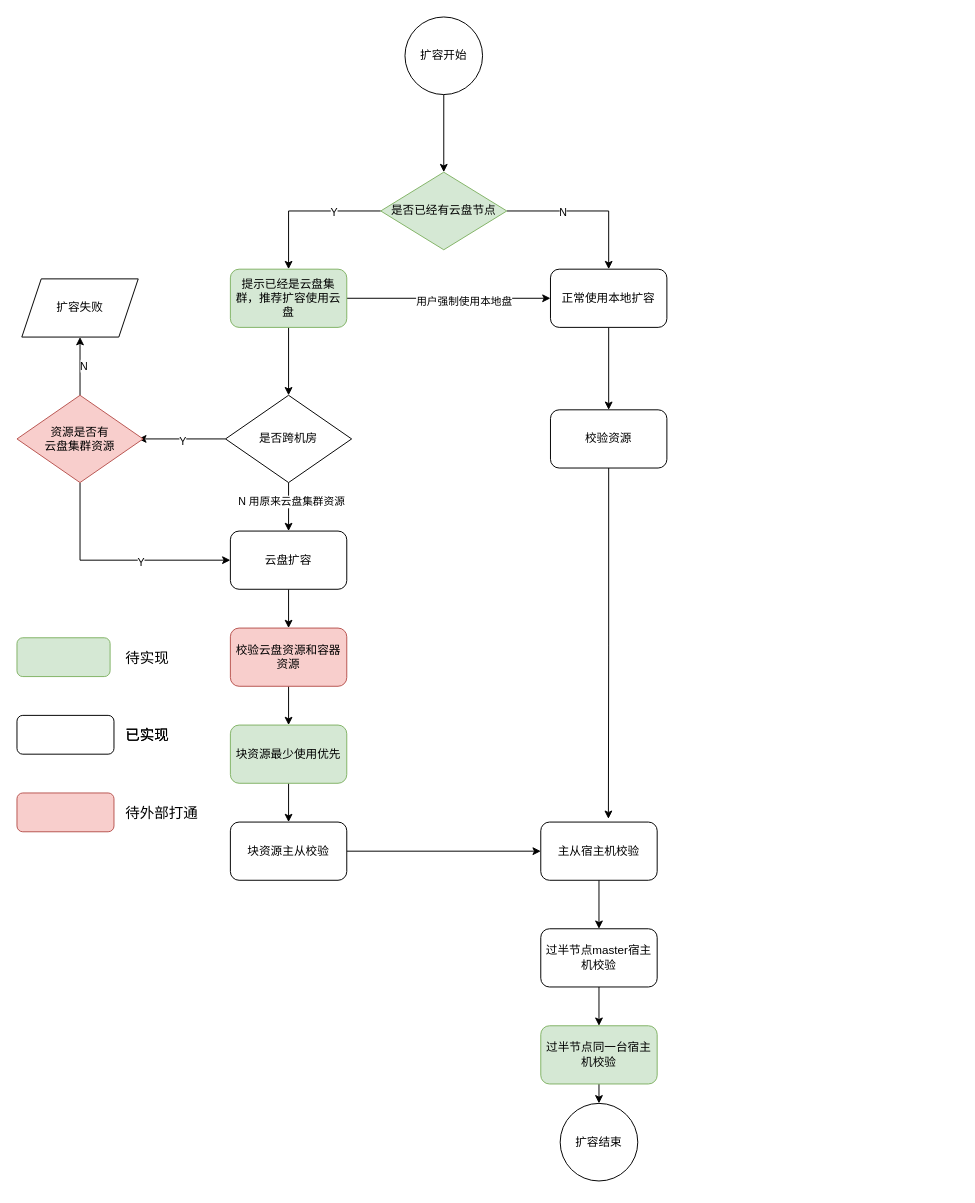
Before: 云盘扩容.drawio in sakurafly123/javaweb, a draw.io diagram. Source tidied: cells renumbered, new cells numbered last; positions are measured from the earlier drawing's top-left corner, leaving out a move shared by most shapes. Both pictures are drawn from the tidied source at 97%, with x=0, y=0 at pixel (16, 16).
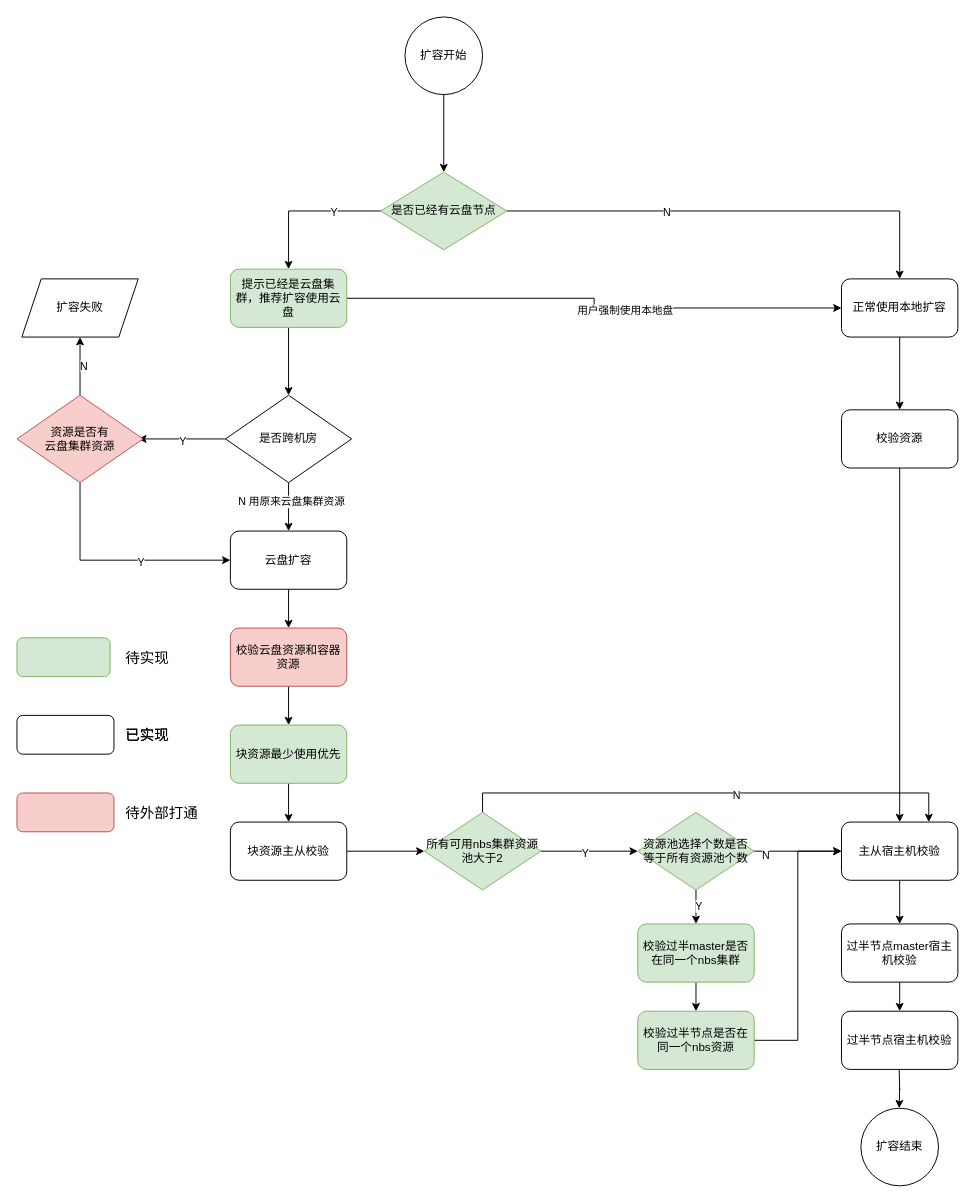
The same page after the edit.

Commit message:
更新云盘扩容.drawio

Unchanged cells that the change refers to:
```xml
<mxCell id="30" value="块资源主从校验" style="rounded=1;whiteSpace=wrap;html=1;" parent="1" vertex="1">
  <mxGeometry x="220" y="830" width="120" height="60" as="geometry" />
</mxCell>
```

Diff of the diagram source:
```diff
@@
     <mxCell id="18" value="正常使用本地扩容" style="rounded=1;whiteSpace=wrap;html=1;" parent="1" vertex="1">
-      <mxGeometry x="550" y="260" width="120" height="60" as="geometry" />
+      <mxGeometry x="850" y="270" width="120" height="60" as="geometry" />
     </mxCell>
@@
-    <mxCell id="29" style="edgeStyle=orthogonalEdgeStyle;rounded=0;jettySize=auto;html=1;exitX=1;exitY=0.5;exitDx=0;exitDy=0;entryX=0;entryY=0.5;entryDx=0;entryDy=0;" parent="1" edge="1" source="30" target="34">
-      <mxGeometry relative="1" as="geometry" />
-    </mxCell>
+    <mxCell id="50" style="edgeStyle=orthogonalEdgeStyle;rounded=0;jettySize=auto;html=1;exitX=1;exitY=0.5;exitDx=0;exitDy=0;entryX=0;entryY=0.5;entryDx=0;entryDy=0;" parent="1" edge="1" source="30" target="67">
+      <mxGeometry relative="1" as="geometry" />
+    </mxCell>
@@
-    <mxCell id="33" style="edgeStyle=orthogonalEdgeStyle;rounded=0;jettySize=auto;html=1;exitX=0.5;exitY=1;exitDx=0;exitDy=0;entryX=0.5;entryY=0;entryDx=0;entryDy=0;" parent="1" edge="1" source="34" target="36">
-      <mxGeometry relative="1" as="geometry" />
-    </mxCell>
-    <mxCell id="34" value="主从宿主机校验" style="rounded=1;whiteSpace=wrap;html=1;" parent="1" vertex="1">
-      <mxGeometry x="540" y="830" width="120" height="60" as="geometry" />
-    </mxCell>
-    <mxCell id="35" style="edgeStyle=orthogonalEdgeStyle;rounded=0;jettySize=auto;html=1;exitX=0.5;exitY=1;exitDx=0;exitDy=0;entryX=0.5;entryY=0;entryDx=0;entryDy=0;" parent="1" edge="1" source="36" target="48">
-      <mxGeometry relative="1" as="geometry" />
-    </mxCell>
-    <mxCell id="36" value="过半节点master宿主机校验" style="rounded=1;whiteSpace=wrap;html=1;" parent="1" vertex="1">
-      <mxGeometry x="540" y="940" width="120" height="60" as="geometry" />
-    </mxCell>
+    <mxCell id="39" style="edgeStyle=orthogonalEdgeStyle;rounded=0;jettySize=auto;html=1;exitX=0.5;exitY=1;exitDx=0;exitDy=0;entryX=0.5;entryY=0;entryDx=0;entryDy=0;" parent="1" edge="1" source="37" target="34">
+      <mxGeometry relative="1" as="geometry" />
+    </mxCell>
     <mxCell id="37" value="校验资源" style="rounded=1;whiteSpace=wrap;html=1;" parent="1" vertex="1">
-      <mxGeometry x="550" y="405" width="120" height="60" as="geometry" />
+      <mxGeometry x="850" y="405" width="120" height="60" as="geometry" />
     </mxCell>
-    <mxCell id="38" value="扩容结束" style="ellipse;whiteSpace=wrap;html=1;" parent="1" vertex="1">
-      <mxGeometry x="560" y="1120" width="80" height="80" as="geometry" />
-    </mxCell>
-    <mxCell id="39" style="edgeStyle=orthogonalEdgeStyle;rounded=0;jettySize=auto;html=1;exitX=0.5;exitY=1;exitDx=0;exitDy=0;entryX=0.581;entryY=-0.056;entryDx=0;entryDy=0;entryPerimeter=0;" parent="1" edge="1" source="37" target="34">
-      <mxGeometry relative="1" as="geometry" />
-    </mxCell>
@@
-    <mxCell id="47" style="edgeStyle=orthogonalEdgeStyle;rounded=0;jettySize=auto;html=1;exitX=0.5;exitY=1;exitDx=0;exitDy=0;entryX=0.5;entryY=0;entryDx=0;entryDy=0;" parent="1" edge="1" source="48" target="38">
-      <mxGeometry relative="1" as="geometry" />
-    </mxCell>
-    <mxCell id="48" value="过半节点同一台宿主机校验" style="rounded=1;whiteSpace=wrap;html=1;fillColor=#d5e8d4;strokeColor=#82b366;" parent="1" vertex="1">
-      <mxGeometry x="540" y="1040" width="120" height="60" as="geometry" />
-    </mxCell>
@@
+    <mxCell id="33" style="edgeStyle=orthogonalEdgeStyle;rounded=0;jettySize=auto;html=1;exitX=0.5;exitY=1;exitDx=0;exitDy=0;entryX=0.5;entryY=0;entryDx=0;entryDy=0;" parent="1" edge="1" source="34" target="36">
+      <mxGeometry relative="1" as="geometry" />
+    </mxCell>
+    <mxCell id="34" value="主从宿主机校验" style="rounded=1;whiteSpace=wrap;html=1;" parent="1" vertex="1">
+      <mxGeometry x="850" y="830" width="120" height="60" as="geometry" />
+    </mxCell>
+    <mxCell id="51" style="edgeStyle=orthogonalEdgeStyle;rounded=0;jettySize=auto;html=1;exitX=0.5;exitY=1;exitDx=0;exitDy=0;entryX=0.5;entryY=0;entryDx=0;entryDy=0;" parent="1" edge="1" source="36" target="52">
+      <mxGeometry relative="1" as="geometry" />
+    </mxCell>
+    <mxCell id="36" value="过半节点master宿主机校验" style="rounded=1;whiteSpace=wrap;html=1;" parent="1" vertex="1">
+      <mxGeometry x="850" y="935" width="120" height="60" as="geometry" />
+    </mxCell>
+    <mxCell id="52" value="过半节点宿主机校验" style="rounded=1;whiteSpace=wrap;html=1;" parent="1" vertex="1">
+      <mxGeometry x="850" y="1025" width="120" height="60" as="geometry" />
+    </mxCell>
+    <mxCell id="53" style="edgeStyle=orthogonalEdgeStyle;rounded=0;orthogonalLoop=1;jettySize=auto;html=1;exitX=0.5;exitY=1;exitDx=0;exitDy=0;entryX=0.5;entryY=0;entryDx=0;entryDy=0;" parent="1" edge="1">
+      <mxGeometry relative="1" as="geometry">
+        <mxPoint x="909.5" y="1085" as="sourcePoint" />
+        <mxPoint x="909.5" y="1125" as="targetPoint" />
+      </mxGeometry>
+    </mxCell>
+    <mxCell id="38" value="扩容结束" style="ellipse;whiteSpace=wrap;html=1;" parent="1" vertex="1">
+      <mxGeometry x="870" y="1125" width="80" height="80" as="geometry" />
+    </mxCell>
+    <mxCell id="54" style="edgeStyle=orthogonalEdgeStyle;rounded=0;jettySize=auto;html=1;exitX=0.5;exitY=1;exitDx=0;exitDy=0;entryX=0.5;entryY=0;entryDx=0;entryDy=0;" parent="1" edge="1" source="58" target="60">
+      <mxGeometry relative="1" as="geometry" />
+    </mxCell>
+    <mxCell id="55" value="Y" style="edgeLabel;html=1;align=center;verticalAlign=middle;" parent="54" vertex="1">
+      <mxGeometry x="-0.1" y="2" relative="1" as="geometry" />
+    </mxCell>
+    <mxCell id="56" style="edgeStyle=orthogonalEdgeStyle;rounded=0;jettySize=auto;html=1;exitX=1;exitY=0.5;exitDx=0;exitDy=0;entryX=0;entryY=0.5;entryDx=0;entryDy=0;" parent="1" edge="1" source="58" target="34">
+      <mxGeometry relative="1" as="geometry" />
+    </mxCell>
+    <mxCell id="57" value="N" style="edgeLabel;html=1;align=center;verticalAlign=middle;" parent="56" vertex="1">
+      <mxGeometry x="-0.76" y="-4" relative="1" as="geometry" />
+    </mxCell>
+    <mxCell id="58" value="资源池选择个数是否等于所有资源池个数" style="rhombus;whiteSpace=wrap;html=1;fillColor=#d5e8d4;strokeColor=#82b366;" parent="1" vertex="1">
+      <mxGeometry x="640" y="820" width="120" height="80" as="geometry" />
+    </mxCell>
+    <mxCell id="59" style="edgeStyle=orthogonalEdgeStyle;rounded=0;jettySize=auto;html=1;exitX=0.5;exitY=1;exitDx=0;exitDy=0;entryX=0.5;entryY=0;entryDx=0;entryDy=0;" parent="1" edge="1" source="60" target="62">
+      <mxGeometry relative="1" as="geometry" />
+    </mxCell>
+    <mxCell id="60" value="校验过半master是否在同一个nbs集群" style="rounded=1;whiteSpace=wrap;html=1;fillColor=#d5e8d4;strokeColor=#82b366;" parent="1" vertex="1">
+      <mxGeometry x="640" y="935" width="120" height="60" as="geometry" />
+    </mxCell>
+    <mxCell id="61" style="edgeStyle=orthogonalEdgeStyle;rounded=0;jettySize=auto;html=1;exitX=1;exitY=0.5;exitDx=0;exitDy=0;entryX=0;entryY=0.5;entryDx=0;entryDy=0;" parent="1" edge="1" source="62" target="34">
+      <mxGeometry relative="1" as="geometry" />
+    </mxCell>
+    <mxCell id="62" value="校验过半节点是否在同一个nbs资源" style="rounded=1;whiteSpace=wrap;html=1;fillColor=#d5e8d4;strokeColor=#82b366;" parent="1" vertex="1">
+      <mxGeometry x="640" y="1025" width="120" height="60" as="geometry" />
+    </mxCell>
+    <mxCell id="63" style="edgeStyle=orthogonalEdgeStyle;rounded=0;jettySize=auto;html=1;exitX=1;exitY=0.5;exitDx=0;exitDy=0;entryX=0;entryY=0.5;entryDx=0;entryDy=0;" parent="1" edge="1" source="67" target="58">
+      <mxGeometry relative="1" as="geometry" />
+    </mxCell>
+    <mxCell id="64" value="Y" style="edgeLabel;html=1;align=center;verticalAlign=middle;" parent="63" vertex="1">
+      <mxGeometry x="-0.1" y="-1" relative="1" as="geometry" />
+    </mxCell>
+    <mxCell id="65" style="edgeStyle=orthogonalEdgeStyle;rounded=0;jettySize=auto;html=1;exitX=0.5;exitY=0;exitDx=0;exitDy=0;entryX=0.75;entryY=0;entryDx=0;entryDy=0;" parent="1" edge="1" source="67" target="34">
+      <mxGeometry relative="1" as="geometry" />
+    </mxCell>
+    <mxCell id="66" value="N" style="edgeLabel;html=1;align=center;verticalAlign=middle;" parent="65" vertex="1">
+      <mxGeometry x="0.1" y="-2" relative="1" as="geometry" />
+    </mxCell>
+    <mxCell id="67" value="所有可用nbs集群资源池大于2" style="rhombus;whiteSpace=wrap;html=1;fillColor=#d5e8d4;strokeColor=#82b366;" parent="1" vertex="1">
+      <mxGeometry x="420" y="820" width="120" height="80" as="geometry" />
+    </mxCell>
```
